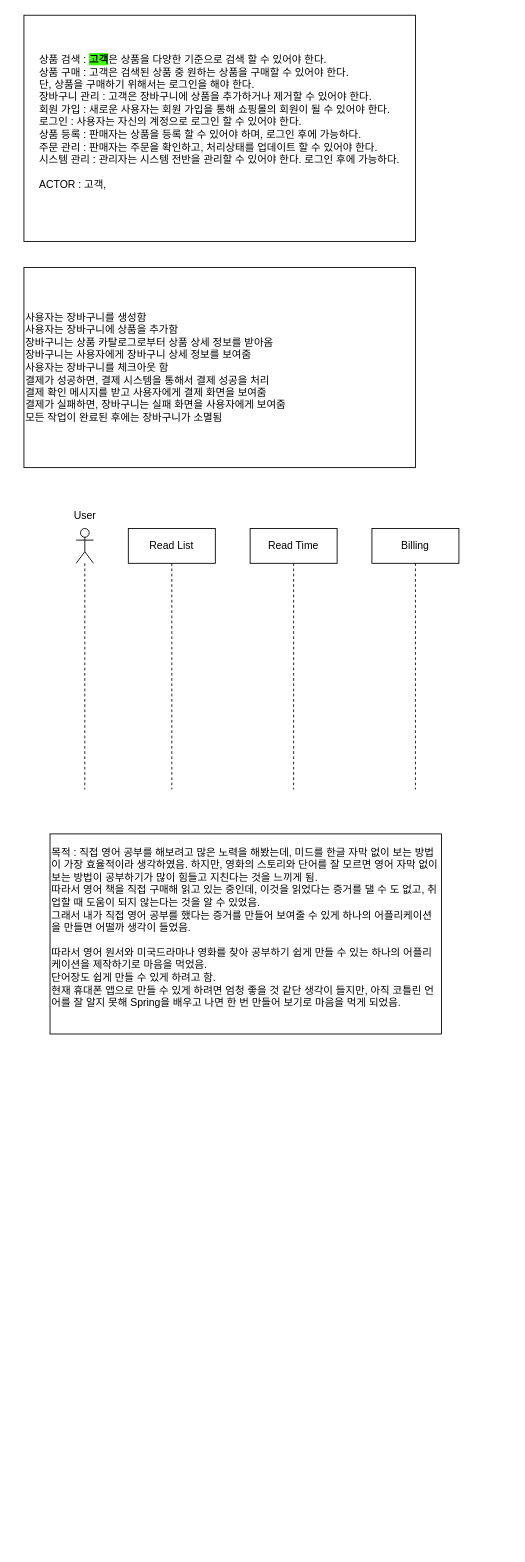
Before: 제목 없는 다이어그램.drawio in GyuminGomin/Architecture, a draw.io diagram. Source tidied: cells renumbered, new cells numbered last; positions are measured from the earlier drawing's top-left corner, leaving out a move shared by most shapes. Both pictures are drawn from the tidied source at 87%, with x=0, y=0 at pixel (23, 15).
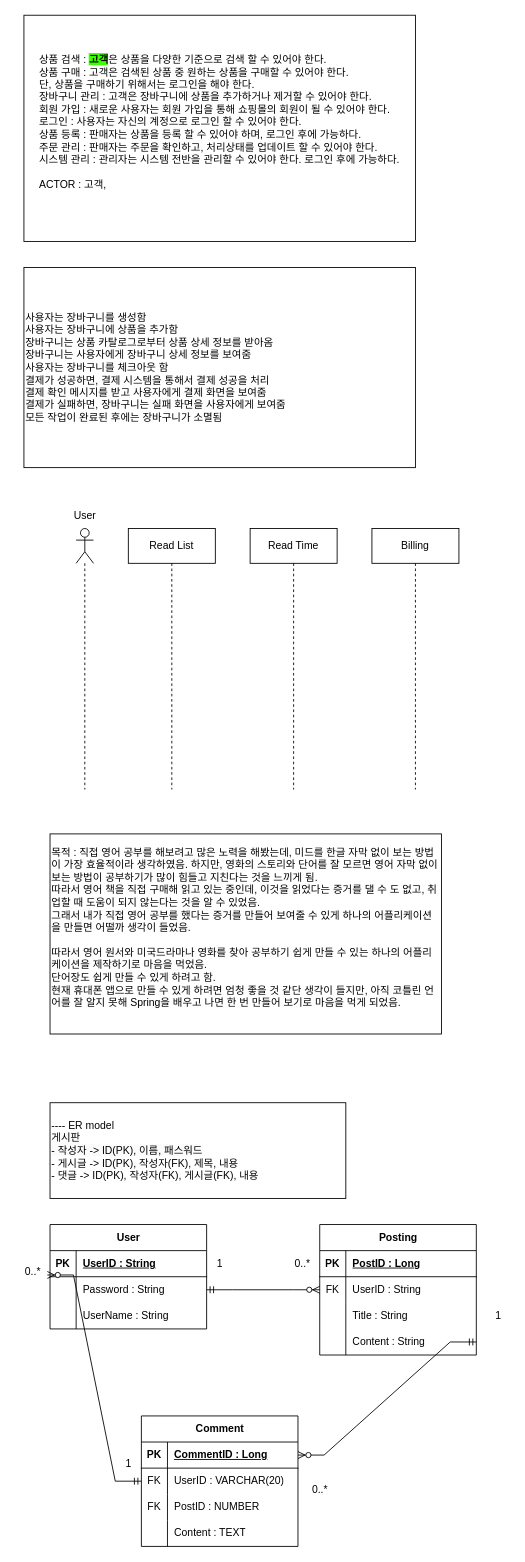
After the change.

Commit message:
제목 없는 다이어그램.drawio 업데이트

The edit, as a diff of the source:
```diff
@@
+    <mxCell id="10" value="---- ER model&lt;br&gt;&lt;span style=&quot;color: rgb(0, 0, 0); font-family: Helvetica; font-size: 12px; font-style: normal; font-variant-ligatures: normal; font-variant-caps: normal; font-weight: 400; letter-spacing: normal; orphans: 2; text-indent: 0px; text-transform: none; widows: 2; word-spacing: 0px; -webkit-text-stroke-width: 0px; background-color: rgb(251, 251, 251); text-decoration-thickness: initial; text-decoration-style: initial; text-decoration-color: initial; float: none; display: inline !important;&quot;&gt;게시판&lt;br&gt;- 작성자 -&amp;gt; ID(PK), 이름, 패스워드&lt;/span&gt;&lt;br&gt;- 게시글 -&amp;gt; ID(PK), 작성자(FK), 제목, 내용&lt;br&gt;- 댓글 -&amp;gt; ID(PK), 작성자(FK), 게시글(FK), 내용" style="whiteSpace=wrap;html=1;align=left;" parent="1" vertex="1">
+      <mxGeometry x="30" y="1250" width="340" height="110" as="geometry" />
+    </mxCell>
+    <mxCell id="11" value="User" style="shape=table;startSize=30;childLayout=tableLayout;rowLines=0;fontStyle=1;align=center;html=1;" parent="1" vertex="1">
+      <mxGeometry x="30" y="1390" width="180" height="120" as="geometry" />
+    </mxCell>
+    <mxCell id="12" style="shape=tableRow;horizontal=0;startSize=0;swimlaneHead=0;swimlaneBody=0;fillColor=none;top=0;left=0;right=0;bottom=1;" parent="11" vertex="1">
+      <mxGeometry y="30" width="180" height="30" as="geometry" />
+    </mxCell>
+    <mxCell id="13" value="PK" style="shape=partialRectangle;fillColor=none;top=0;left=0;bottom=0;right=0;fontStyle=1;overflow=hidden;whiteSpace=wrap;html=1;" parent="12" vertex="1">
+      <mxGeometry width="30" height="30" as="geometry" />
+    </mxCell>
+    <mxCell id="14" value="UserID : String" style="shape=partialRectangle;fillColor=none;top=0;left=0;bottom=0;right=0;align=left;spacingLeft=6;fontStyle=5;overflow=hidden;whiteSpace=wrap;html=1;" parent="12" vertex="1">
+      <mxGeometry x="30" width="150" height="30" as="geometry" />
+    </mxCell>
+    <mxCell id="15" style="shape=tableRow;horizontal=0;startSize=0;swimlaneHead=0;swimlaneBody=0;fillColor=none;points=[[0,0.5],[1,0.5]];portConstraint=eastwest;top=0;left=0;right=0;bottom=0;" parent="11" vertex="1">
+      <mxGeometry y="60" width="180" height="30" as="geometry" />
+    </mxCell>
+    <mxCell id="16" style="shape=partialRectangle;fillColor=none;top=0;left=0;bottom=0;right=0;overflow=hidden;whiteSpace=wrap;html=1;" parent="15" vertex="1">
+      <mxGeometry width="30" height="30" as="geometry" />
+    </mxCell>
+    <mxCell id="17" value="Password : String" style="shape=partialRectangle;fillColor=none;top=0;left=0;bottom=0;right=0;align=left;spacingLeft=6;overflow=hidden;whiteSpace=wrap;html=1;" parent="15" vertex="1">
+      <mxGeometry x="30" width="150" height="30" as="geometry" />
+    </mxCell>
+    <mxCell id="18" style="shape=tableRow;horizontal=0;startSize=0;swimlaneHead=0;swimlaneBody=0;fillColor=none;top=0;left=0;right=0;bottom=0;" parent="11" vertex="1">
+      <mxGeometry y="90" width="180" height="30" as="geometry" />
+    </mxCell>
+    <mxCell id="19" style="shape=partialRectangle;fillColor=none;top=0;left=0;bottom=0;right=0;overflow=hidden;whiteSpace=wrap;html=1;" parent="18" vertex="1">
+      <mxGeometry width="30" height="30" as="geometry" />
+    </mxCell>
+    <mxCell id="20" value="UserName : String" style="shape=partialRectangle;fillColor=none;top=0;left=0;bottom=0;right=0;align=left;spacingLeft=6;overflow=hidden;whiteSpace=wrap;html=1;" parent="18" vertex="1">
+      <mxGeometry x="30" width="150" height="30" as="geometry" />
+    </mxCell>
+    <mxCell id="21" value="Posting" style="shape=table;startSize=30;childLayout=tableLayout;rowLines=0;fontStyle=1;align=center;html=1;" parent="1" vertex="1">
+      <mxGeometry x="340" y="1390" width="180" height="150" as="geometry" />
+    </mxCell>
+    <mxCell id="22" style="shape=tableRow;horizontal=0;startSize=0;swimlaneHead=0;swimlaneBody=0;fillColor=none;top=0;left=0;right=0;bottom=1;" parent="21" vertex="1">
+      <mxGeometry y="30" width="180" height="30" as="geometry" />
+    </mxCell>
+    <mxCell id="23" value="PK" style="shape=partialRectangle;fillColor=none;top=0;left=0;bottom=0;right=0;fontStyle=1;overflow=hidden;whiteSpace=wrap;html=1;" parent="22" vertex="1">
+      <mxGeometry width="30" height="30" as="geometry" />
+    </mxCell>
+    <mxCell id="24" value="PostID : Long" style="shape=partialRectangle;fillColor=none;top=0;left=0;bottom=0;right=0;align=left;spacingLeft=6;fontStyle=5;overflow=hidden;whiteSpace=wrap;html=1;" parent="22" vertex="1">
+      <mxGeometry x="30" width="150" height="30" as="geometry" />
+    </mxCell>
+    <mxCell id="25" style="shape=tableRow;horizontal=0;startSize=0;swimlaneHead=0;swimlaneBody=0;fillColor=none;points=[[0,0.5],[1,0.5]];portConstraint=eastwest;top=0;left=0;right=0;bottom=0;" parent="21" vertex="1">
+      <mxGeometry y="60" width="180" height="30" as="geometry" />
+    </mxCell>
+    <mxCell id="26" value="FK" style="shape=partialRectangle;fillColor=none;top=0;left=0;bottom=0;right=0;overflow=hidden;whiteSpace=wrap;html=1;" parent="25" vertex="1">
+      <mxGeometry width="30" height="30" as="geometry" />
+    </mxCell>
+    <mxCell id="27" value="UserID : String" style="shape=partialRectangle;fillColor=none;top=0;left=0;bottom=0;right=0;align=left;spacingLeft=6;overflow=hidden;whiteSpace=wrap;html=1;" parent="25" vertex="1">
+      <mxGeometry x="30" width="150" height="30" as="geometry" />
+    </mxCell>
+    <mxCell id="28" style="shape=tableRow;horizontal=0;startSize=0;swimlaneHead=0;swimlaneBody=0;fillColor=none;top=0;left=0;right=0;bottom=0;" parent="21" vertex="1">
+      <mxGeometry y="90" width="180" height="30" as="geometry" />
+    </mxCell>
+    <mxCell id="29" style="shape=partialRectangle;fillColor=none;top=0;left=0;bottom=0;right=0;overflow=hidden;whiteSpace=wrap;html=1;" parent="28" vertex="1">
+      <mxGeometry width="30" height="30" as="geometry" />
+    </mxCell>
+    <mxCell id="30" value="Title : String" style="shape=partialRectangle;fillColor=none;top=0;left=0;bottom=0;right=0;align=left;spacingLeft=6;overflow=hidden;whiteSpace=wrap;html=1;" parent="28" vertex="1">
+      <mxGeometry x="30" width="150" height="30" as="geometry" />
+    </mxCell>
+    <mxCell id="31" style="shape=tableRow;horizontal=0;startSize=0;swimlaneHead=0;swimlaneBody=0;fillColor=none;points=[[0,0.5],[1,0.5]];portConstraint=eastwest;top=0;left=0;right=0;bottom=0;" parent="21" vertex="1">
+      <mxGeometry y="120" width="180" height="30" as="geometry" />
+    </mxCell>
+    <mxCell id="32" style="shape=partialRectangle;fillColor=none;top=0;left=0;bottom=0;right=0;overflow=hidden;whiteSpace=wrap;html=1;" parent="31" vertex="1">
+      <mxGeometry width="30" height="30" as="geometry" />
+    </mxCell>
+    <mxCell id="33" value="Content : String" style="shape=partialRectangle;fillColor=none;top=0;left=0;bottom=0;right=0;align=left;spacingLeft=6;overflow=hidden;whiteSpace=wrap;html=1;" parent="31" vertex="1">
+      <mxGeometry x="30" width="150" height="30" as="geometry" />
+    </mxCell>
+    <mxCell id="34" value="Comment" style="shape=table;startSize=30;childLayout=tableLayout;rowLines=0;fontStyle=1;align=center;html=1;" parent="1" vertex="1">
+      <mxGeometry x="135" y="1610" width="180" height="150" as="geometry" />
+    </mxCell>
+    <mxCell id="35" style="shape=tableRow;horizontal=0;startSize=0;swimlaneHead=0;swimlaneBody=0;fillColor=none;points=[[0,0.5],[1,0.5]];portConstraint=eastwest;top=0;left=0;right=0;bottom=1;" parent="34" vertex="1">
+      <mxGeometry y="30" width="180" height="30" as="geometry" />
+    </mxCell>
+    <mxCell id="36" value="PK" style="shape=partialRectangle;fillColor=none;top=0;left=0;bottom=0;right=0;fontStyle=1;overflow=hidden;whiteSpace=wrap;html=1;" parent="35" vertex="1">
+      <mxGeometry width="30" height="30" as="geometry" />
+    </mxCell>
+    <mxCell id="37" value="CommentID : Long&lt;span style=&quot;white-space: pre;&quot;&gt;&#9;&lt;/span&gt;" style="shape=partialRectangle;fillColor=none;top=0;left=0;bottom=0;right=0;align=left;spacingLeft=6;fontStyle=5;overflow=hidden;whiteSpace=wrap;html=1;" parent="35" vertex="1">
+      <mxGeometry x="30" width="150" height="30" as="geometry" />
+    </mxCell>
+    <mxCell id="38" style="shape=tableRow;horizontal=0;startSize=0;swimlaneHead=0;swimlaneBody=0;fillColor=none;points=[[0,0.5],[1,0.5]];portConstraint=eastwest;top=0;left=0;right=0;bottom=0;" parent="34" vertex="1">
+      <mxGeometry y="60" width="180" height="30" as="geometry" />
+    </mxCell>
+    <mxCell id="39" value="FK" style="shape=partialRectangle;fillColor=none;top=0;left=0;bottom=0;right=0;overflow=hidden;whiteSpace=wrap;html=1;" parent="38" vertex="1">
+      <mxGeometry width="30" height="30" as="geometry" />
+    </mxCell>
+    <mxCell id="40" value="UserID : VARCHAR(20)" style="shape=partialRectangle;fillColor=none;top=0;left=0;bottom=0;right=0;align=left;spacingLeft=6;overflow=hidden;whiteSpace=wrap;html=1;" parent="38" vertex="1">
+      <mxGeometry x="30" width="150" height="30" as="geometry" />
+    </mxCell>
+    <mxCell id="41" style="shape=tableRow;horizontal=0;startSize=0;swimlaneHead=0;swimlaneBody=0;fillColor=none;top=0;left=0;right=0;bottom=0;" parent="34" vertex="1">
+      <mxGeometry y="90" width="180" height="30" as="geometry" />
+    </mxCell>
+    <mxCell id="42" value="FK" style="shape=partialRectangle;fillColor=none;top=0;left=0;bottom=0;right=0;overflow=hidden;whiteSpace=wrap;html=1;" parent="41" vertex="1">
+      <mxGeometry width="30" height="30" as="geometry" />
+    </mxCell>
+    <mxCell id="43" value="PostID : NUMBER" style="shape=partialRectangle;fillColor=none;top=0;left=0;bottom=0;right=0;align=left;spacingLeft=6;overflow=hidden;whiteSpace=wrap;html=1;" parent="41" vertex="1">
+      <mxGeometry x="30" width="150" height="30" as="geometry" />
+    </mxCell>
+    <mxCell id="44" style="shape=tableRow;horizontal=0;startSize=0;swimlaneHead=0;swimlaneBody=0;fillColor=none;top=0;left=0;right=0;bottom=0;" parent="34" vertex="1">
+      <mxGeometry y="120" width="180" height="30" as="geometry" />
+    </mxCell>
+    <mxCell id="45" style="shape=partialRectangle;fillColor=none;top=0;left=0;bottom=0;right=0;overflow=hidden;whiteSpace=wrap;html=1;" parent="44" vertex="1">
+      <mxGeometry width="30" height="30" as="geometry" />
+    </mxCell>
+    <mxCell id="46" value="Content : TEXT" style="shape=partialRectangle;fillColor=none;top=0;left=0;bottom=0;right=0;align=left;spacingLeft=6;overflow=hidden;whiteSpace=wrap;html=1;" parent="44" vertex="1">
+      <mxGeometry x="30" width="150" height="30" as="geometry" />
+    </mxCell>
+    <mxCell id="47" value="0..*" style="text;html=1;align=center;verticalAlign=middle;strokeColor=none;fillColor=none;" parent="1" vertex="1">
+      <mxGeometry x="300" y="1420" width="40" height="30" as="geometry" />
+    </mxCell>
+    <mxCell id="48" value="1" style="text;html=1;align=center;verticalAlign=middle;strokeColor=none;fillColor=none;" parent="1" vertex="1">
+      <mxGeometry x="210" y="1420" width="30" height="30" as="geometry" />
+    </mxCell>
+    <mxCell id="49" style="edgeStyle=entityRelationEdgeStyle;fontSize=12;html=1;endArrow=ERzeroToMany;startArrow=ERmandOne;rounded=0;exitX=1;exitY=0.5;exitDx=0;exitDy=0;entryX=0;entryY=0.5;entryDx=0;entryDy=0;" parent="1" edge="1" source="15" target="25">
+      <mxGeometry relative="1" as="geometry" />
+    </mxCell>
+    <mxCell id="50" value="0..*" style="text;html=1;align=center;verticalAlign=middle;strokeColor=none;fillColor=none;" parent="1" vertex="1">
+      <mxGeometry x="320" y="1680" width="40" height="30" as="geometry" />
+    </mxCell>
+    <mxCell id="51" value="1" style="text;html=1;align=center;verticalAlign=middle;strokeColor=none;fillColor=none;" parent="1" vertex="1">
+      <mxGeometry x="530" y="1480" width="30" height="30" as="geometry" />
+    </mxCell>
+    <mxCell id="52" style="edgeStyle=entityRelationEdgeStyle;fontSize=12;html=1;endArrow=ERzeroToMany;startArrow=ERmandOne;rounded=0;exitX=1;exitY=0.5;exitDx=0;exitDy=0;entryX=1;entryY=0.5;entryDx=0;entryDy=0;" parent="1" edge="1" source="31" target="35">
+      <mxGeometry relative="1" as="geometry">
+        <Array as="points">
+          <mxPoint x="560" y="1560" />
+          <mxPoint x="530" y="1560" />
+          <mxPoint x="320" y="1680" />
+          <mxPoint x="480" y="1610" />
+          <mxPoint x="430" y="1610" />
+          <mxPoint x="430" y="1610" />
+        </Array>
+      </mxGeometry>
+    </mxCell>
+    <mxCell id="53" style="edgeStyle=entityRelationEdgeStyle;fontSize=12;html=1;endArrow=ERzeroToMany;startArrow=ERmandOne;rounded=0;exitX=0;exitY=0.5;exitDx=0;exitDy=0;entryX=-0.017;entryY=-0.067;entryDx=0;entryDy=0;entryPerimeter=0;" parent="1" edge="1" source="38" target="15">
+      <mxGeometry relative="1" as="geometry">
+        <Array as="points">
+          <mxPoint x="20" y="1450" />
+          <mxPoint x="-50" y="1590" />
+        </Array>
+      </mxGeometry>
+    </mxCell>
+    <mxCell id="54" value="1" style="text;html=1;align=center;verticalAlign=middle;strokeColor=none;fillColor=none;" parent="1" vertex="1">
+      <mxGeometry x="105" y="1650" width="30" height="30" as="geometry" />
+    </mxCell>
+    <mxCell id="55" value="0..*" style="text;html=1;align=center;verticalAlign=middle;strokeColor=none;fillColor=none;" parent="1" vertex="1">
+      <mxGeometry x="-10" y="1430" width="40" height="30" as="geometry" />
+    </mxCell>
```
